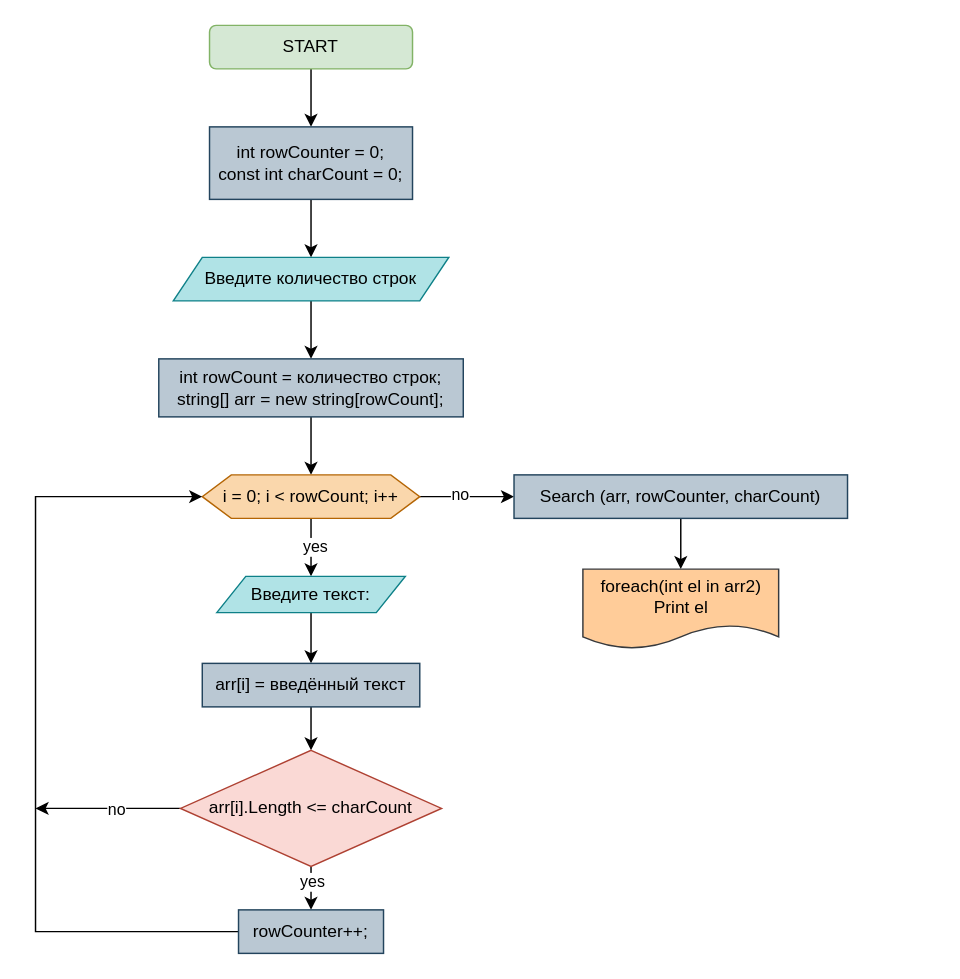
Above: page "Страница — 1" (1 of 2) of Блок схема для КР по первому блоку.drawio in JAkee10/Testwork1 (draw.io), before the change. Source tidied: cells renumbered, new cells numbered last; positions are measured from the earlier drawing's top-left corner, leaving out a move shared by most shapes. Both pictures are drawn from the tidied source at 145%, with x=0, y=0 at pixel (35, 25).
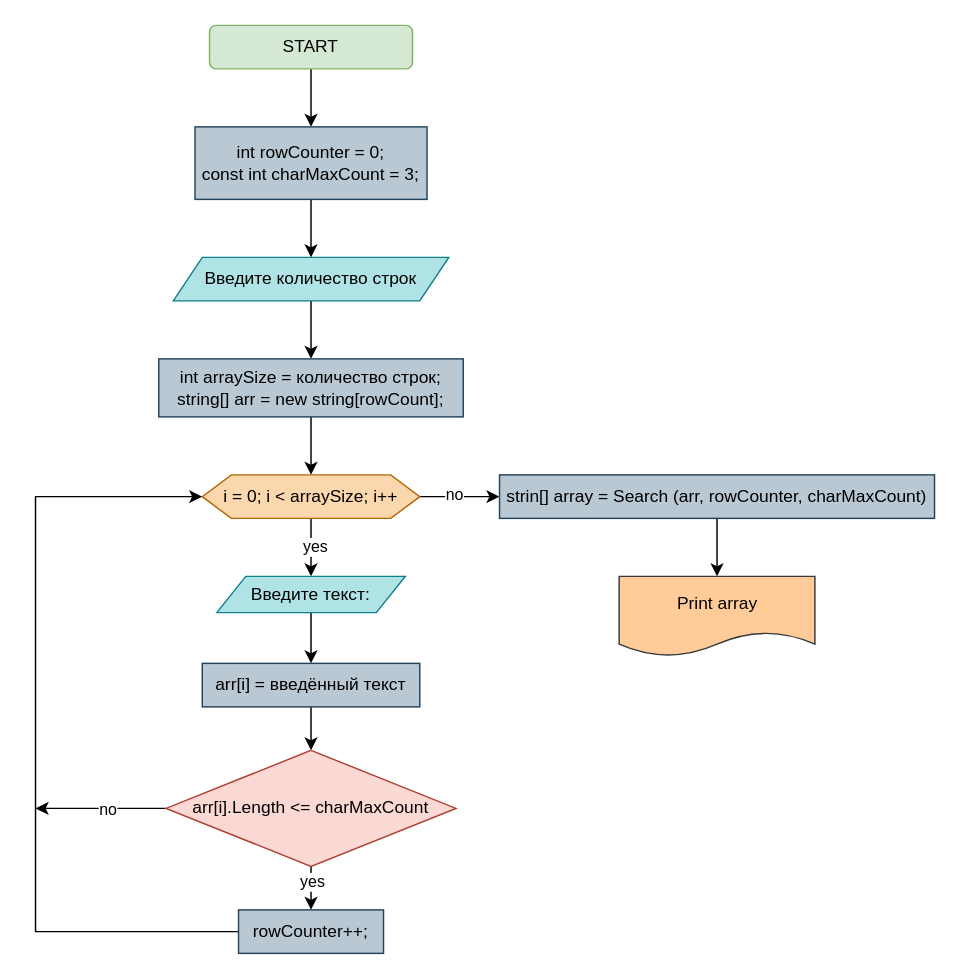
Above is the later version.

Diff of the diagram source:
```diff
@@
-    <mxCell id="7" value="int rowCount = количество строк;&lt;br&gt;string[] arr = new string[rowCount];" style="whiteSpace=wrap;html=1;fillColor=#bac8d3;strokeColor=#23445d;fontStyle=0;" parent="1" vertex="1">
+    <mxCell id="7" value="int arraySize = количество строк;&lt;br&gt;string[] arr = new string[rowCount];" style="whiteSpace=wrap;html=1;fillColor=#bac8d3;strokeColor=#23445d;fontStyle=0;" parent="1" vertex="1">
       <mxGeometry x="85" y="230" width="210" height="40" as="geometry" />
     </mxCell>
@@
-    <mxCell id="9" value="int rowCounter = 0;&lt;br style=&quot;border-color: var(--border-color);&quot;&gt;const int charCount = 0;" style="whiteSpace=wrap;html=1;fillColor=#BAC8D3;strokeColor=#23445d;fontStyle=0;" parent="1" vertex="1">
-      <mxGeometry x="120" y="70" width="140" height="50" as="geometry" />
+    <mxCell id="9" value="int rowCounter = 0;&lt;br style=&quot;border-color: var(--border-color);&quot;&gt;const int charMaxCount = 3;" style="whiteSpace=wrap;html=1;fillColor=#BAC8D3;strokeColor=#23445d;fontStyle=0;" parent="1" vertex="1">
+      <mxGeometry x="110" y="70" width="160" height="50" as="geometry" />
     </mxCell>
@@
-    <mxCell id="14" value="i = 0; i &amp;lt; rowCount; i++" style="shape=hexagon;perimeter=hexagonPerimeter2;whiteSpace=wrap;html=1;fixedSize=1;fillColor=#fad7ac;strokeColor=#b46504;fontStyle=0;" parent="1" vertex="1">
+    <mxCell id="14" value="i = 0; i &amp;lt; arraySize; i++" style="shape=hexagon;perimeter=hexagonPerimeter2;whiteSpace=wrap;html=1;fixedSize=1;fillColor=#fad7ac;strokeColor=#b46504;fontStyle=0;" parent="1" vertex="1">
       <mxGeometry x="115" y="310" width="150" height="30" as="geometry" />
     </mxCell>
@@
-    <mxCell id="23" value="arr[i].Length &amp;lt;= charCount" style="rhombus;whiteSpace=wrap;html=1;fillColor=#fad9d5;strokeColor=#ae4132;fontStyle=0;" parent="1" vertex="1">
-      <mxGeometry x="100" y="500" width="180" height="80" as="geometry" />
+    <mxCell id="23" value="arr[i].Length &amp;lt;= charMaxCount" style="rhombus;whiteSpace=wrap;html=1;fillColor=#fad9d5;strokeColor=#ae4132;fontStyle=0;" parent="1" vertex="1">
+      <mxGeometry x="90" y="500" width="200" height="80" as="geometry" />
     </mxCell>
@@
-    <mxCell id="27" value="Search (arr, rowCounter, charCount)" style="whiteSpace=wrap;html=1;fillColor=#bac8d3;strokeColor=#23445d;fontStyle=0;" parent="1" vertex="1">
-      <mxGeometry x="330" y="310" width="230" height="30" as="geometry" />
+    <mxCell id="27" value="strin[] array = Search (arr, rowCounter, charMaxCount)" style="whiteSpace=wrap;html=1;fillColor=#bac8d3;strokeColor=#23445d;fontStyle=0;" parent="1" vertex="1">
+      <mxGeometry x="320" y="310" width="300" height="30" as="geometry" />
     </mxCell>
-    <mxCell id="28" value="foreach(int el in arr2)&lt;br&gt;Print el" style="shape=document;whiteSpace=wrap;html=1;boundedLbl=1;fontStyle=0;fillColor=#ffcc99;strokeColor=#36393d;" parent="1" vertex="1">
-      <mxGeometry x="377.5" y="375" width="135" height="55" as="geometry" />
+    <mxCell id="28" value="Print array" style="shape=document;whiteSpace=wrap;html=1;boundedLbl=1;fontStyle=0;fillColor=#ffcc99;strokeColor=#36393d;" parent="1" vertex="1">
+      <mxGeometry x="402.5" y="380" width="135" height="55" as="geometry" />
     </mxCell>
```
